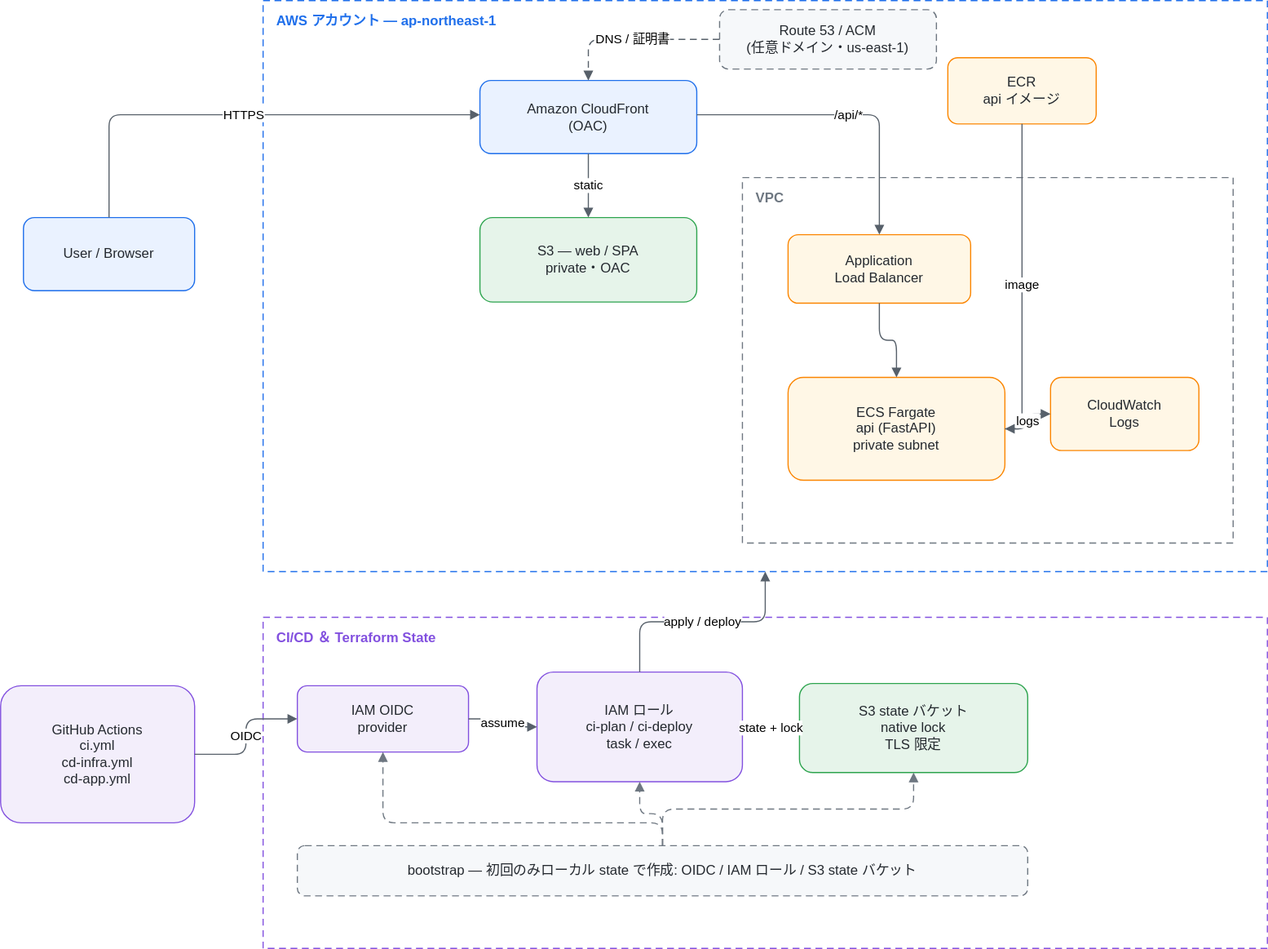
iwata-jawsug-jp/devcon keeps this draw.io diagram as docs/images/infra-architecture.drawio.svg. Above is the earlier version. Source tidied: cells renumbered, new cells last; positions are measured from the earlier drawing's top-left corner, leaving out a move shared by most shapes. The source it was exported from:
```xml
<mxGraphModel>
  <root>
    <mxCell id="0" />
    <mxCell id="1" parent="0" />
    <mxCell id="2" value="AWS アカウント — ap-northeast-1" style="rounded=0;whiteSpace=wrap;html=1;fillColor=none;strokeColor=#1F6FEB;verticalAlign=top;fontColor=#24292F;dashed=1;dashPattern=6 4;fontStyle=1;fontColor=#1F6FEB;align=left;spacingLeft=10;spacingTop=4;" parent="1" vertex="1">
      <mxGeometry x="230" width="880" height="500" as="geometry" />
    </mxCell>
    <mxCell id="3" value="VPC" style="rounded=0;whiteSpace=wrap;html=1;fillColor=none;strokeColor=#6E7781;verticalAlign=top;fontColor=#24292F;dashed=1;dashPattern=6 4;fontStyle=1;fontColor=#6E7781;align=left;spacingLeft=10;spacingTop=4;" parent="1" vertex="1">
      <mxGeometry x="650" y="155" width="430" height="320" as="geometry" />
    </mxCell>
    <mxCell id="4" value="CI/CD ＆ Terraform State" style="rounded=0;whiteSpace=wrap;html=1;fillColor=none;strokeColor=#8250DF;verticalAlign=top;fontColor=#24292F;dashed=1;dashPattern=6 4;fontStyle=1;fontColor=#8250DF;align=left;spacingLeft=10;spacingTop=4;" parent="1" vertex="1">
      <mxGeometry x="230" y="540" width="880" height="290" as="geometry" />
    </mxCell>
    <mxCell id="5" value="User / Browser" style="rounded=1;whiteSpace=wrap;html=1;fillColor=#EAF2FF;strokeColor=#1F6FEB;verticalAlign=middle;fontColor=#24292F;" parent="1" vertex="1">
      <mxGeometry x="20" y="190" width="150" height="64" as="geometry" />
    </mxCell>
    <mxCell id="6" value="GitHub Actions&#10;ci.yml&#10;cd-infra.yml&#10;cd-app.yml" style="rounded=1;whiteSpace=wrap;html=1;fillColor=#F3EEFB;strokeColor=#8250DF;verticalAlign=middle;fontColor=#24292F;" parent="1" vertex="1">
      <mxGeometry y="600" width="170" height="120" as="geometry" />
    </mxCell>
    <mxCell id="7" value="Route 53 / ACM&#10;(任意ドメイン・us-east-1)" style="rounded=1;whiteSpace=wrap;html=1;fillColor=#F6F8FA;strokeColor=#6E7781;verticalAlign=middle;fontColor=#24292F;dashed=1;dashPattern=6 4;" parent="1" vertex="1">
      <mxGeometry x="630" y="8" width="190" height="52" as="geometry" />
    </mxCell>
    <mxCell id="8" value="Amazon CloudFront&#10;(OAC)" style="rounded=1;whiteSpace=wrap;html=1;fillColor=#EAF2FF;strokeColor=#1F6FEB;verticalAlign=middle;fontColor=#24292F;" parent="1" vertex="1">
      <mxGeometry x="420" y="70" width="190" height="64" as="geometry" />
    </mxCell>
    <mxCell id="9" value="S3 — web / SPA&#10;private・OAC" style="rounded=1;whiteSpace=wrap;html=1;fillColor=#E6F4EA;strokeColor=#2DA44E;verticalAlign=middle;fontColor=#24292F;" parent="1" vertex="1">
      <mxGeometry x="420" y="190" width="190" height="74" as="geometry" />
    </mxCell>
    <mxCell id="10" value="ECR&#10;api イメージ" style="rounded=1;whiteSpace=wrap;html=1;fillColor=#FFF7E6;strokeColor=#FB8500;verticalAlign=middle;fontColor=#24292F;" parent="1" vertex="1">
      <mxGeometry x="830" y="50" width="130" height="58" as="geometry" />
    </mxCell>
    <mxCell id="11" value="Application&#10;Load Balancer" style="rounded=1;whiteSpace=wrap;html=1;fillColor=#FFF7E6;strokeColor=#FB8500;verticalAlign=middle;fontColor=#24292F;" parent="1" vertex="1">
      <mxGeometry x="690" y="205" width="160" height="60" as="geometry" />
    </mxCell>
    <mxCell id="12" value="ECS Fargate&#10;api (FastAPI)&#10;private subnet" style="rounded=1;whiteSpace=wrap;html=1;fillColor=#FFF7E6;strokeColor=#FB8500;verticalAlign=middle;fontColor=#24292F;" parent="1" vertex="1">
      <mxGeometry x="690" y="330" width="190" height="90" as="geometry" />
    </mxCell>
    <mxCell id="13" value="CloudWatch&#10;Logs" style="rounded=1;whiteSpace=wrap;html=1;fillColor=#FFF7E6;strokeColor=#FB8500;verticalAlign=middle;fontColor=#24292F;" parent="1" vertex="1">
      <mxGeometry x="920" y="330" width="130" height="64" as="geometry" />
    </mxCell>
    <mxCell id="14" value="IAM OIDC&#10;provider" style="rounded=1;whiteSpace=wrap;html=1;fillColor=#F3EEFB;strokeColor=#8250DF;verticalAlign=middle;fontColor=#24292F;" parent="1" vertex="1">
      <mxGeometry x="260" y="600" width="150" height="58" as="geometry" />
    </mxCell>
    <mxCell id="15" value="IAM ロール&#10;ci-plan / ci-deploy&#10;task / exec" style="rounded=1;whiteSpace=wrap;html=1;fillColor=#F3EEFB;strokeColor=#8250DF;verticalAlign=middle;fontColor=#24292F;" parent="1" vertex="1">
      <mxGeometry x="470" y="588" width="180" height="96" as="geometry" />
    </mxCell>
    <mxCell id="16" value="S3 state バケット&#10;native lock&#10;TLS 限定" style="rounded=1;whiteSpace=wrap;html=1;fillColor=#E6F4EA;strokeColor=#2DA44E;verticalAlign=middle;fontColor=#24292F;" parent="1" vertex="1">
      <mxGeometry x="700" y="598" width="200" height="78" as="geometry" />
    </mxCell>
    <mxCell id="17" value="bootstrap — 初回のみローカル state で作成: OIDC / IAM ロール / S3 state バケット" style="rounded=1;whiteSpace=wrap;html=1;fillColor=#F6F8FA;strokeColor=#6E7781;verticalAlign=middle;fontColor=#24292F;dashed=1;dashPattern=6 4;" parent="1" vertex="1">
      <mxGeometry x="260" y="740" width="640" height="44" as="geometry" />
    </mxCell>
    <mxCell id="18" value="HTTPS" style="edgeStyle=orthogonalEdgeStyle;rounded=1;html=1;strokeColor=#57606A;endArrow=block;" parent="1" edge="1" source="5" target="8">
      <mxGeometry relative="1" as="geometry">
        <Array as="points">
          <mxPoint x="95" y="100" />
        </Array>
      </mxGeometry>
    </mxCell>
    <mxCell id="19" value="DNS / 証明書" style="edgeStyle=orthogonalEdgeStyle;rounded=1;html=1;strokeColor=#57606A;endArrow=block;dashed=1;dashPattern=6 4;" parent="1" edge="1" source="7" target="8">
      <mxGeometry relative="1" as="geometry" />
    </mxCell>
    <mxCell id="20" value="static" style="edgeStyle=orthogonalEdgeStyle;rounded=1;html=1;strokeColor=#57606A;endArrow=block;" parent="1" edge="1" source="8" target="9">
      <mxGeometry relative="1" as="geometry" />
    </mxCell>
    <mxCell id="21" value="/api/*" style="edgeStyle=orthogonalEdgeStyle;rounded=1;html=1;strokeColor=#57606A;endArrow=block;" parent="1" edge="1" source="8" target="11">
      <mxGeometry relative="1" as="geometry">
        <Array as="points">
          <mxPoint x="770" y="100" />
        </Array>
      </mxGeometry>
    </mxCell>
    <mxCell id="22" style="edgeStyle=orthogonalEdgeStyle;rounded=1;html=1;strokeColor=#57606A;endArrow=block;" parent="1" edge="1" source="11" target="12">
      <mxGeometry relative="1" as="geometry" />
    </mxCell>
    <mxCell id="23" value="image" style="edgeStyle=orthogonalEdgeStyle;rounded=1;html=1;strokeColor=#57606A;endArrow=block;" parent="1" edge="1" source="10" target="12">
      <mxGeometry relative="1" as="geometry">
        <Array as="points">
          <mxPoint x="895" y="375" />
        </Array>
      </mxGeometry>
    </mxCell>
    <mxCell id="24" value="logs" style="edgeStyle=orthogonalEdgeStyle;rounded=1;html=1;strokeColor=#57606A;endArrow=block;" parent="1" edge="1" source="12" target="13">
      <mxGeometry relative="1" as="geometry" />
    </mxCell>
    <mxCell id="25" value="OIDC" style="edgeStyle=orthogonalEdgeStyle;rounded=1;html=1;strokeColor=#57606A;endArrow=block;" parent="1" edge="1" source="6" target="14">
      <mxGeometry relative="1" as="geometry" />
    </mxCell>
    <mxCell id="26" value="assume" style="edgeStyle=orthogonalEdgeStyle;rounded=1;html=1;strokeColor=#57606A;endArrow=block;" parent="1" edge="1" source="14" target="15">
      <mxGeometry relative="1" as="geometry" />
    </mxCell>
    <mxCell id="27" value="state + lock" style="edgeStyle=orthogonalEdgeStyle;rounded=1;html=1;strokeColor=#57606A;endArrow=block;" parent="1" edge="1" source="15" target="16">
      <mxGeometry relative="1" as="geometry" />
    </mxCell>
    <mxCell id="28" value="apply / deploy" style="edgeStyle=orthogonalEdgeStyle;rounded=1;html=1;strokeColor=#57606A;endArrow=block;" parent="1" edge="1" source="15" target="2">
      <mxGeometry relative="1" as="geometry" />
    </mxCell>
    <mxCell id="29" style="edgeStyle=orthogonalEdgeStyle;rounded=1;html=1;strokeColor=#6E7781;endArrow=block;dashed=1;dashPattern=6 4;" parent="1" edge="1" source="17" target="14">
      <mxGeometry relative="1" as="geometry">
        <Array as="points">
          <mxPoint x="580" y="720" />
          <mxPoint x="335" y="720" />
        </Array>
      </mxGeometry>
    </mxCell>
    <mxCell id="30" style="edgeStyle=orthogonalEdgeStyle;rounded=1;html=1;strokeColor=#6E7781;endArrow=block;dashed=1;dashPattern=6 4;" parent="1" edge="1" source="17" target="15">
      <mxGeometry relative="1" as="geometry" />
    </mxCell>
    <mxCell id="31" style="edgeStyle=orthogonalEdgeStyle;rounded=1;html=1;strokeColor=#6E7781;endArrow=block;dashed=1;dashPattern=6 4;" parent="1" edge="1" source="17" target="16">
      <mxGeometry relative="1" as="geometry">
        <Array as="points">
          <mxPoint x="580" y="708" />
          <mxPoint x="800" y="708" />
        </Array>
      </mxGeometry>
    </mxCell>
  </root>
</mxGraphModel>
```
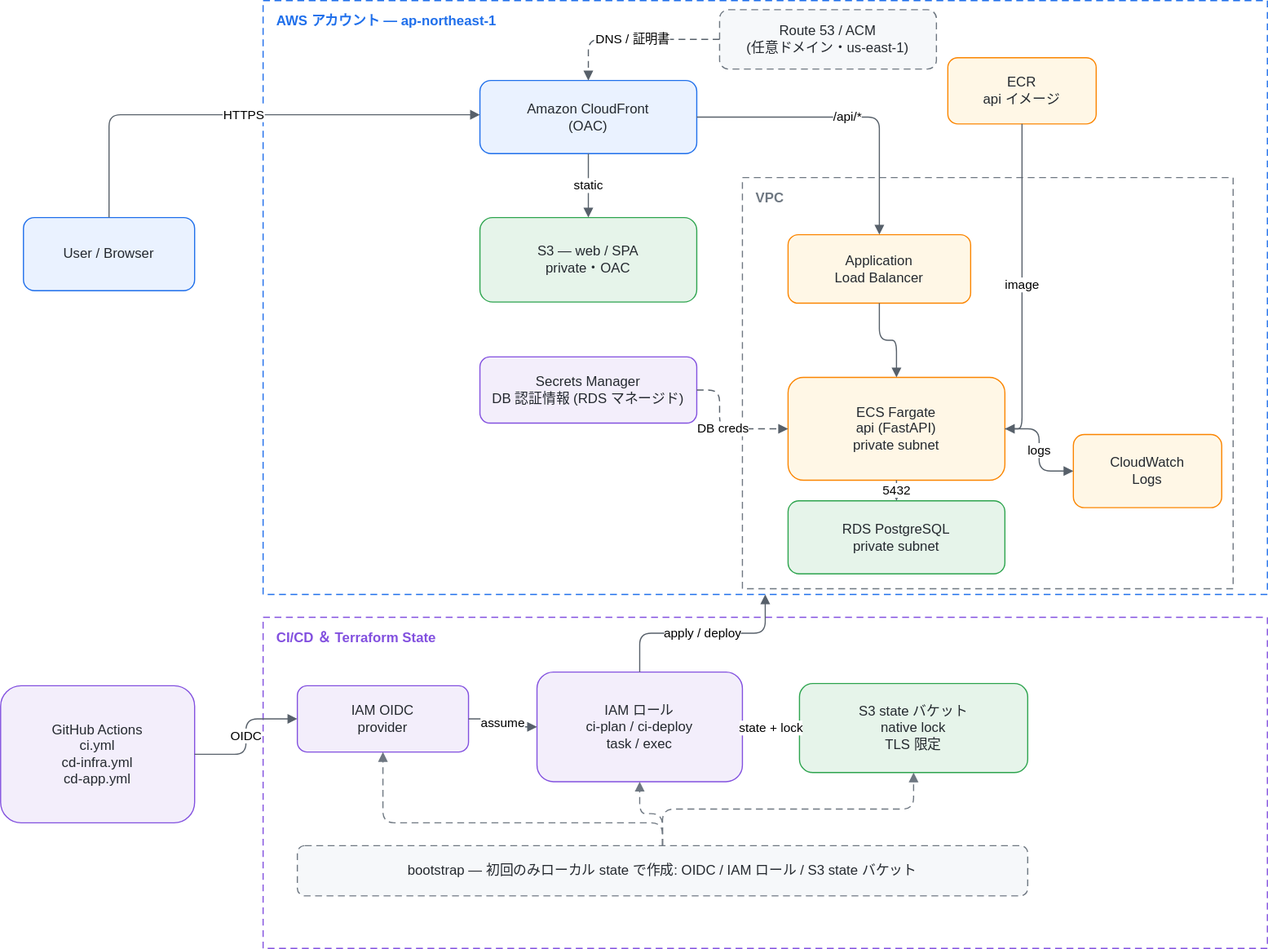
After the commit.

What changed in the source:
```diff
@@ -3,10 +3,10 @@
     <mxCell id="0" />
     <mxCell id="1" parent="0" />
     <mxCell id="2" value="AWS アカウント — ap-northeast-1" style="rounded=0;whiteSpace=wrap;html=1;fillColor=none;strokeColor=#1F6FEB;verticalAlign=top;fontColor=#24292F;dashed=1;dashPattern=6 4;fontStyle=1;fontColor=#1F6FEB;align=left;spacingLeft=10;spacingTop=4;" parent="1" vertex="1">
-      <mxGeometry x="230" width="880" height="500" as="geometry" />
+      <mxGeometry x="230" width="880" height="520" as="geometry" />
     </mxCell>
     <mxCell id="3" value="VPC" style="rounded=0;whiteSpace=wrap;html=1;fillColor=none;strokeColor=#6E7781;verticalAlign=top;fontColor=#24292F;dashed=1;dashPattern=6 4;fontStyle=1;fontColor=#6E7781;align=left;spacingLeft=10;spacingTop=4;" parent="1" vertex="1">
-      <mxGeometry x="650" y="155" width="430" height="320" as="geometry" />
+      <mxGeometry x="650" y="155" width="430" height="360" as="geometry" />
     </mxCell>
     <mxCell id="4" value="CI/CD ＆ Terraform State" style="rounded=0;whiteSpace=wrap;html=1;fillColor=none;strokeColor=#8250DF;verticalAlign=top;fontColor=#24292F;dashed=1;dashPattern=6 4;fontStyle=1;fontColor=#8250DF;align=left;spacingLeft=10;spacingTop=4;" parent="1" vertex="1">
       <mxGeometry x="230" y="540" width="880" height="290" as="geometry" />
@@ -36,8 +36,14 @@
       <mxGeometry x="690" y="330" width="190" height="90" as="geometry" />
     </mxCell>
     <mxCell id="13" value="CloudWatch&#10;Logs" style="rounded=1;whiteSpace=wrap;html=1;fillColor=#FFF7E6;strokeColor=#FB8500;verticalAlign=middle;fontColor=#24292F;" parent="1" vertex="1">
-      <mxGeometry x="920" y="330" width="130" height="64" as="geometry" />
+      <mxGeometry x="940" y="380" width="130" height="64" as="geometry" />
     </mxCell>
+    <mxCell id="32" value="RDS PostgreSQL&#10;private subnet" style="rounded=1;whiteSpace=wrap;html=1;fillColor=#E6F4EA;strokeColor=#2DA44E;verticalAlign=middle;fontColor=#24292F;" parent="1" vertex="1">
+      <mxGeometry x="690" y="438" width="190" height="64" as="geometry" />
+    </mxCell>
+    <mxCell id="33" value="Secrets Manager&#10;DB 認証情報 (RDS マネージド)" style="rounded=1;whiteSpace=wrap;html=1;fillColor=#F3EEFB;strokeColor=#8250DF;verticalAlign=middle;fontColor=#24292F;" parent="1" vertex="1">
+      <mxGeometry x="420" y="312" width="190" height="58" as="geometry" />
+    </mxCell>
     <mxCell id="14" value="IAM OIDC&#10;provider" style="rounded=1;whiteSpace=wrap;html=1;fillColor=#F3EEFB;strokeColor=#8250DF;verticalAlign=middle;fontColor=#24292F;" parent="1" vertex="1">
       <mxGeometry x="260" y="600" width="150" height="58" as="geometry" />
     </mxCell>
@@ -64,11 +70,7 @@
       <mxGeometry relative="1" as="geometry" />
     </mxCell>
     <mxCell id="21" value="/api/*" style="edgeStyle=orthogonalEdgeStyle;rounded=1;html=1;strokeColor=#57606A;endArrow=block;" parent="1" edge="1" source="8" target="11">
-      <mxGeometry relative="1" as="geometry">
-        <Array as="points">
-          <mxPoint x="770" y="100" />
-        </Array>
-      </mxGeometry>
+      <mxGeometry relative="1" as="geometry" />
     </mxCell>
     <mxCell id="22" style="edgeStyle=orthogonalEdgeStyle;rounded=1;html=1;strokeColor=#57606A;endArrow=block;" parent="1" edge="1" source="11" target="12">
       <mxGeometry relative="1" as="geometry" />
@@ -83,18 +85,29 @@
     <mxCell id="24" value="logs" style="edgeStyle=orthogonalEdgeStyle;rounded=1;html=1;strokeColor=#57606A;endArrow=block;" parent="1" edge="1" source="12" target="13">
       <mxGeometry relative="1" as="geometry" />
     </mxCell>
-    <mxCell id="25" value="OIDC" style="edgeStyle=orthogonalEdgeStyle;rounded=1;html=1;strokeColor=#57606A;endArrow=block;" parent="1" edge="1" source="6" target="14">
+    <mxCell id="25" value="5432" style="edgeStyle=orthogonalEdgeStyle;rounded=1;html=1;strokeColor=#57606A;endArrow=block;" parent="1" edge="1" source="12" target="32">
       <mxGeometry relative="1" as="geometry" />
     </mxCell>
-    <mxCell id="26" value="assume" style="edgeStyle=orthogonalEdgeStyle;rounded=1;html=1;strokeColor=#57606A;endArrow=block;" parent="1" edge="1" source="14" target="15">
-      <mxGeometry relative="1" as="geometry" />
+    <mxCell id="26" value="DB creds" style="edgeStyle=orthogonalEdgeStyle;rounded=1;html=1;strokeColor=#57606A;endArrow=block;dashed=1;dashPattern=6 4;" parent="1" edge="1" source="33" target="12">
+      <mxGeometry relative="1" as="geometry">
+        <Array as="points">
+          <mxPoint x="630" y="341" />
+          <mxPoint x="630" y="375" />
+        </Array>
+      </mxGeometry>
     </mxCell>
-    <mxCell id="27" value="state + lock" style="edgeStyle=orthogonalEdgeStyle;rounded=1;html=1;strokeColor=#57606A;endArrow=block;" parent="1" edge="1" source="15" target="16">
+    <mxCell id="27" value="OIDC" style="edgeStyle=orthogonalEdgeStyle;rounded=1;html=1;strokeColor=#57606A;endArrow=block;" parent="1" edge="1" source="6" target="14">
       <mxGeometry relative="1" as="geometry" />
     </mxCell>
-    <mxCell id="28" value="apply / deploy" style="edgeStyle=orthogonalEdgeStyle;rounded=1;html=1;strokeColor=#57606A;endArrow=block;" parent="1" edge="1" source="15" target="2">
+    <mxCell id="28" value="assume" style="edgeStyle=orthogonalEdgeStyle;rounded=1;html=1;strokeColor=#57606A;endArrow=block;" parent="1" edge="1" source="14" target="15">
       <mxGeometry relative="1" as="geometry" />
     </mxCell>
+    <mxCell id="34" value="state + lock" style="edgeStyle=orthogonalEdgeStyle;rounded=1;html=1;strokeColor=#57606A;endArrow=block;" parent="1" edge="1" source="15" target="16">
+      <mxGeometry relative="1" as="geometry" />
+    </mxCell>
+    <mxCell id="35" value="apply / deploy" style="edgeStyle=orthogonalEdgeStyle;rounded=1;html=1;strokeColor=#57606A;endArrow=block;" parent="1" edge="1" source="15" target="2">
+      <mxGeometry relative="1" as="geometry" />
+    </mxCell>
     <mxCell id="29" style="edgeStyle=orthogonalEdgeStyle;rounded=1;html=1;strokeColor=#6E7781;endArrow=block;dashed=1;dashPattern=6 4;" parent="1" edge="1" source="17" target="14">
       <mxGeometry relative="1" as="geometry">
         <Array as="points">
@@ -107,12 +120,7 @@
       <mxGeometry relative="1" as="geometry" />
     </mxCell>
     <mxCell id="31" style="edgeStyle=orthogonalEdgeStyle;rounded=1;html=1;strokeColor=#6E7781;endArrow=block;dashed=1;dashPattern=6 4;" parent="1" edge="1" source="17" target="16">
-      <mxGeometry relative="1" as="geometry">
-        <Array as="points">
-          <mxPoint x="580" y="708" />
-          <mxPoint x="800" y="708" />
-        </Array>
-      </mxGeometry>
+      <mxGeometry relative="1" as="geometry" />
     </mxCell>
   </root>
 </mxGraphModel>
```
